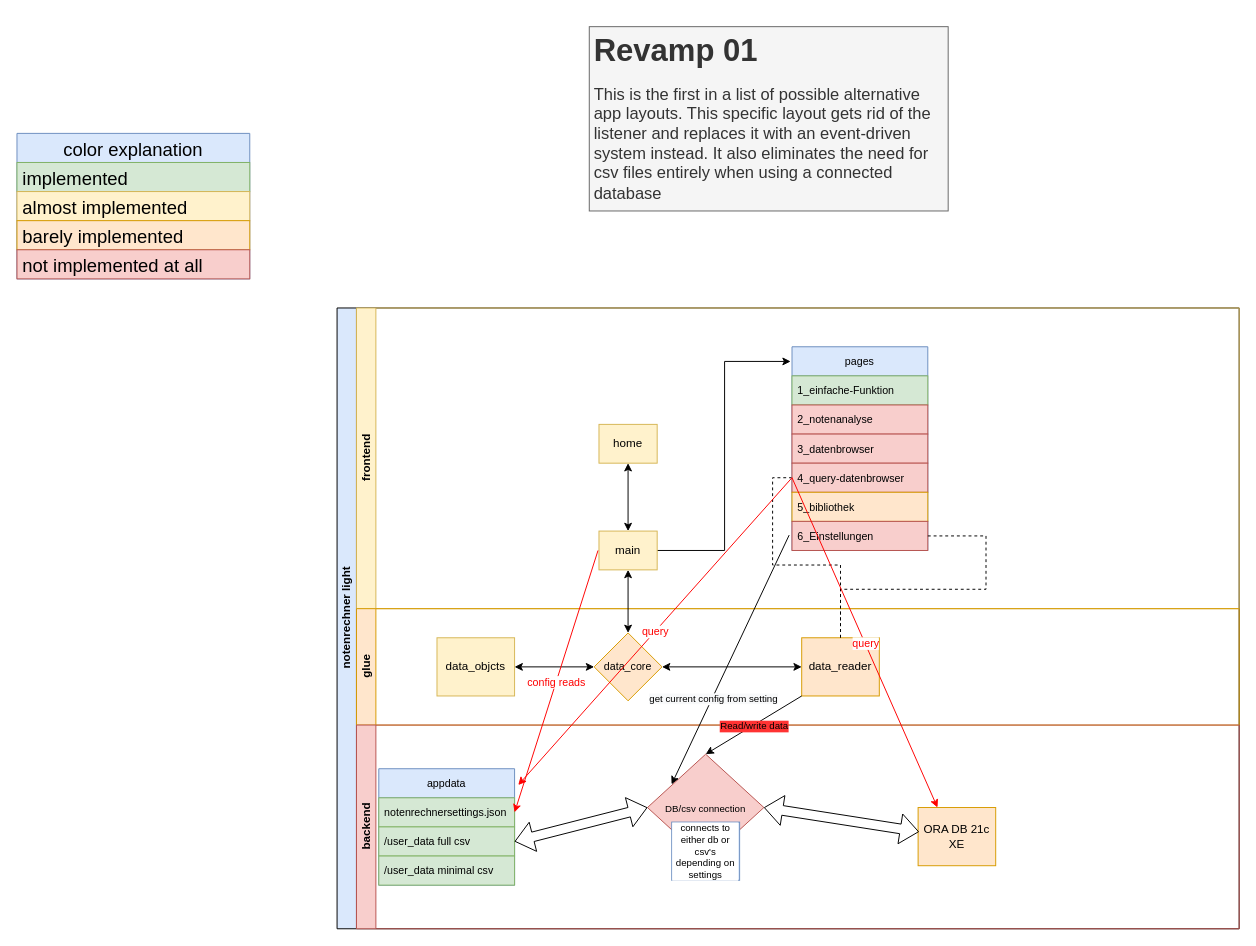
The draw.io diagram documentation/technical/structure/general_structure_revamp_01.drawio in fabischw/notenrechner-light, before the edit. Source tidied: cells renumbered, new cells numbered last; positions are measured from the earlier drawing's top-left corner, leaving out a move shared by most shapes. Both pictures are drawn from the tidied source at 97%, with x=0, y=0 at pixel (16, 26).
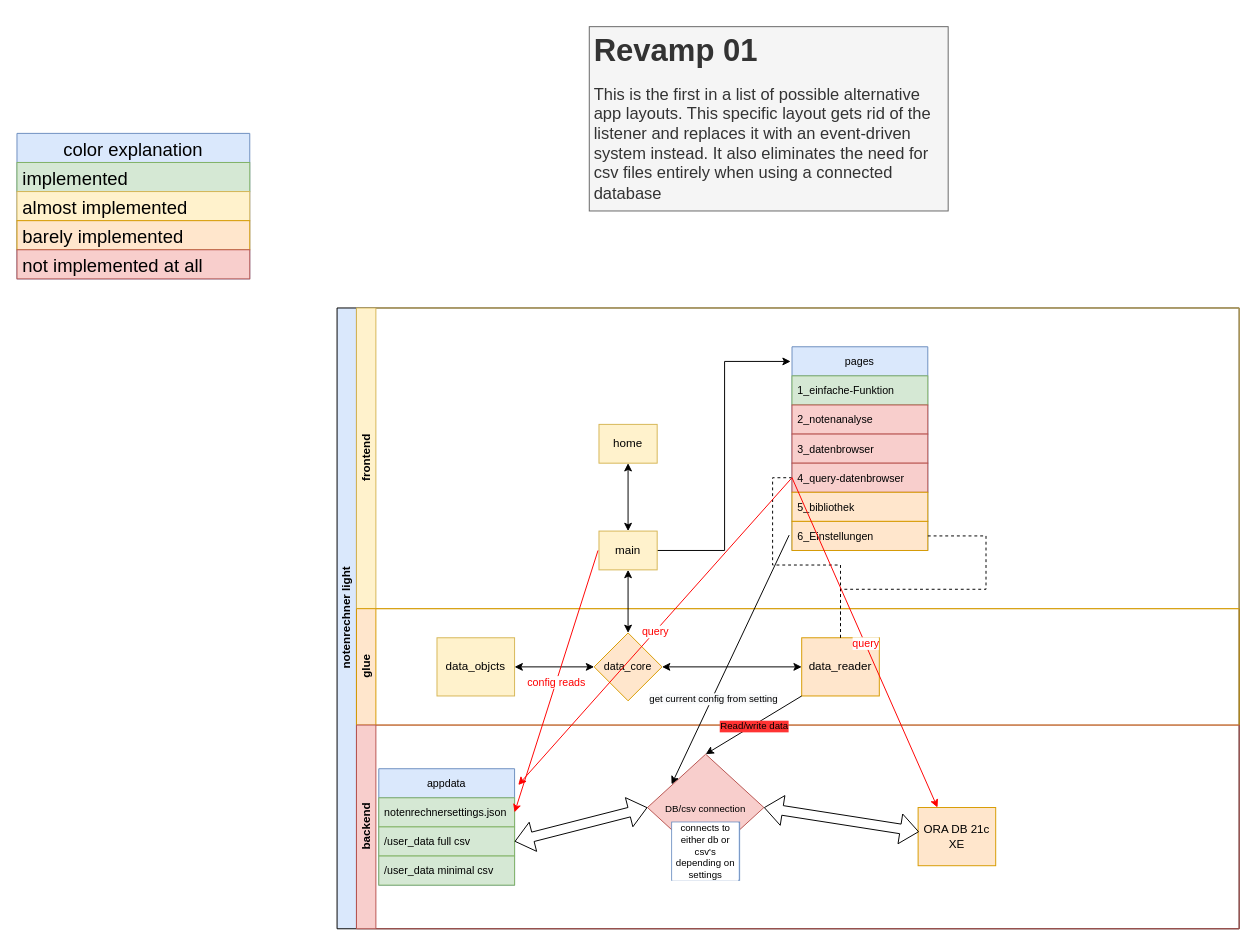
The same diagram, later.

The change refers to these unchanged cells:
```xml
<mxCell id="9" value="pages" style="swimlane;fontStyle=0;horizontal=1;startSize=30;fontSize=11;fillColor=#dae8fc;strokeColor=#6c8ebf;" parent="4" vertex="1">
  <mxGeometry x="449" y="40" width="140" height="210" as="geometry" />
</mxCell>
```

The edit, as a diff of the source:
```diff
@@
-    <mxCell id="15" value="6_Einstellungen" style="text;strokeColor=#b85450;fillColor=#f8cecc;align=left;verticalAlign=middle;spacingLeft=4;spacingRight=4;overflow=hidden;points=[[0,0.5],[1,0.5]];portConstraint=eastwest;fontSize=11;" parent="9" vertex="1">
+    <mxCell id="15" value="6_Einstellungen" style="text;strokeColor=#d79b00;fillColor=#ffe6cc;align=left;verticalAlign=middle;spacingLeft=4;spacingRight=4;overflow=hidden;points=[[0,0.5],[1,0.5]];portConstraint=eastwest;fontSize=11;" parent="9" vertex="1">
       <mxGeometry y="180" width="140" height="30" as="geometry" />
     </mxCell>
```
